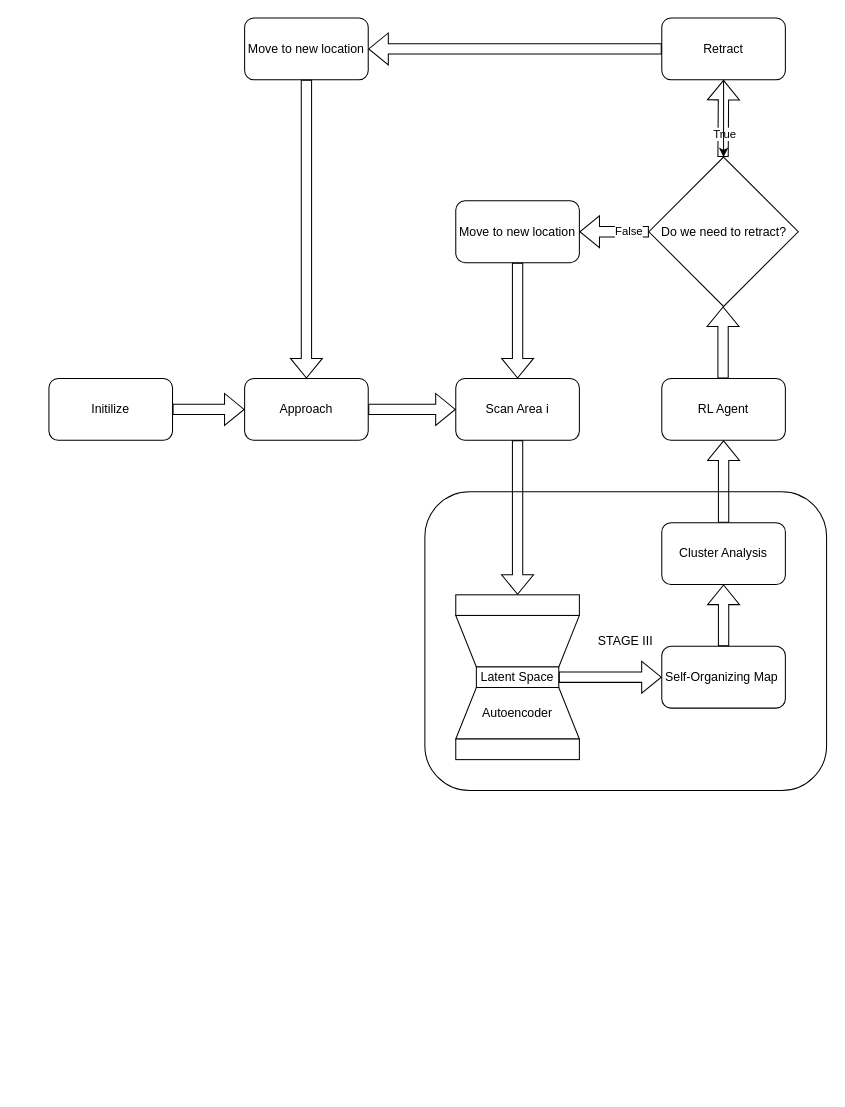
The draw.io diagram Untitled Diagram.drawio in petavazohi/STMAnalyzer, before the edit. Source tidied: cells renumbered, new cells numbered last; positions are measured from the earlier drawing's top-left corner, leaving out a move shared by most shapes. Both pictures are drawn from the tidied source at 103%, with x=0, y=0 at pixel (48, 18).
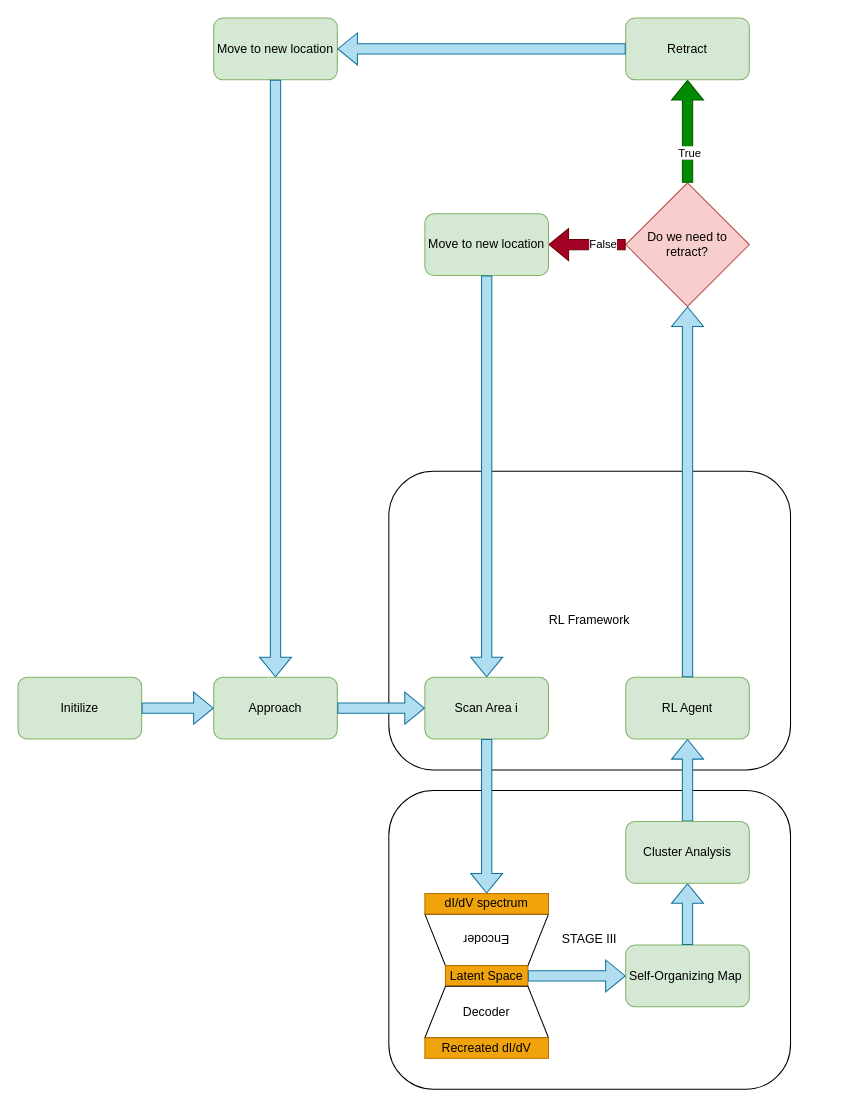
Above is the later version.

Diff of the diagram source:
```diff
@@
+    <mxCell id="33" value="RL Framework" style="rounded=1;whiteSpace=wrap;html=1;" parent="1" vertex="1">
+      <mxGeometry x="330" y="440" width="390" height="290" as="geometry" />
+    </mxCell>
     <mxCell id="2" value="STAGE III" style="rounded=1;whiteSpace=wrap;html=1;" parent="1" vertex="1">
-      <mxGeometry x="365" y="460" width="390" height="290" as="geometry" />
+      <mxGeometry x="330" y="750" width="390" height="290" as="geometry" />
     </mxCell>
-    <mxCell id="3" value="Scan Area i" style="rounded=1;whiteSpace=wrap;html=1;" parent="1" vertex="1">
-      <mxGeometry x="395" y="350" width="120" height="60" as="geometry" />
+    <mxCell id="3" value="Scan Area i" style="rounded=1;whiteSpace=wrap;html=1;fillColor=#d5e8d4;strokeColor=#82b366;" parent="1" vertex="1">
+      <mxGeometry x="365" y="640" width="120" height="60" as="geometry" />
     </mxCell>
-    <mxCell id="4" style="shape=flexArrow;endArrow=classic;html=1;rounded=0;entryX=0.5;entryY=0;entryDx=0;entryDy=0;" parent="1" edge="1" source="3" target="9">
+    <mxCell id="4" style="shape=flexArrow;endArrow=classic;html=1;rounded=0;entryX=0.5;entryY=0;entryDx=0;entryDy=0;fillColor=#b1ddf0;strokeColor=#10739e;" parent="1" edge="1" source="3" target="9">
       <mxGeometry relative="1" as="geometry" />
     </mxCell>
+    <mxCell id="34" style="edgeStyle=orthogonalEdgeStyle;rounded=0;jettySize=auto;html=1;" parent="1" edge="1" source="5" target="16">
+      <mxGeometry relative="1" as="geometry" />
+    </mxCell>
+    <mxCell id="35" style="edgeStyle=orthogonalEdgeStyle;rounded=0;jettySize=auto;html=1;fillColor=#b0e3e6;strokeColor=#0e8088;" parent="1" edge="1" source="5" target="16">
+      <mxGeometry relative="1" as="geometry" />
+    </mxCell>
-    <mxCell id="5" value="Self-Organizing Map&amp;nbsp;" style="rounded=1;whiteSpace=wrap;html=1;" parent="1" vertex="1">
-      <mxGeometry x="595" y="610" width="120" height="60" as="geometry" />
+    <mxCell id="5" value="Self-Organizing Map&amp;nbsp;" style="rounded=1;whiteSpace=wrap;html=1;fillColor=#d5e8d4;strokeColor=#82b366;" parent="1" vertex="1">
+      <mxGeometry x="560" y="900" width="120" height="60" as="geometry" />
     </mxCell>
-    <mxCell id="6" style="shape=trapezoid;perimeter=trapezoidPerimeter;whiteSpace=wrap;html=1;fixedSize=1;rotation=-180;" parent="1" vertex="1">
-      <mxGeometry x="395" y="580" width="120" height="50" as="geometry" />
+    <mxCell id="6" value="Encoder" style="shape=trapezoid;perimeter=trapezoidPerimeter;whiteSpace=wrap;html=1;fixedSize=1;rotation=-180;fillColor=none;" parent="1" vertex="1">
+      <mxGeometry x="365" y="870" width="120" height="50" as="geometry" />
     </mxCell>
-    <mxCell id="7" value="Latent Space" style="rounded=0;whiteSpace=wrap;html=1;" parent="1" vertex="1">
-      <mxGeometry x="415" y="630" width="80" height="20" as="geometry" />
+    <mxCell id="7" value="Latent Space" style="rounded=0;whiteSpace=wrap;html=1;fillColor=#f0a30a;fontColor=#000000;strokeColor=#BD7000;" parent="1" vertex="1">
+      <mxGeometry x="385" y="920" width="80" height="20" as="geometry" />
     </mxCell>
-    <mxCell id="8" value="Autoencoder" style="shape=trapezoid;perimeter=trapezoidPerimeter;whiteSpace=wrap;html=1;fixedSize=1;rotation=0;" parent="1" vertex="1">
-      <mxGeometry x="395" y="650" width="120" height="50" as="geometry" />
+    <mxCell id="8" value="Decoder" style="shape=trapezoid;perimeter=trapezoidPerimeter;whiteSpace=wrap;html=1;fixedSize=1;rotation=0;" parent="1" vertex="1">
+      <mxGeometry x="365" y="940" width="120" height="50" as="geometry" />
     </mxCell>
-    <mxCell id="9" style="rounded=0;whiteSpace=wrap;html=1;" parent="1" vertex="1">
-      <mxGeometry x="395" y="560" width="120" height="20" as="geometry" />
+    <mxCell id="9" value="dI/dV spectrum" style="rounded=0;whiteSpace=wrap;html=1;fillColor=#f0a30a;fontColor=#000000;strokeColor=#BD7000;" parent="1" vertex="1">
+      <mxGeometry x="365" y="850" width="120" height="20" as="geometry" />
     </mxCell>
-    <mxCell id="10" style="rounded=0;whiteSpace=wrap;html=1;" parent="1" vertex="1">
-      <mxGeometry x="395" y="700" width="120" height="20" as="geometry" />
+    <mxCell id="10" value="Recreated dI/dV" style="rounded=0;whiteSpace=wrap;html=1;fillColor=#f0a30a;fontColor=#000000;strokeColor=#BD7000;" parent="1" vertex="1">
+      <mxGeometry x="365" y="990" width="120" height="20" as="geometry" />
     </mxCell>
-    <mxCell id="11" style="shape=flexArrow;endArrow=classic;html=1;rounded=0;entryX=0;entryY=0.5;entryDx=0;entryDy=0;exitX=1;exitY=0.5;exitDx=0;exitDy=0;" parent="1" edge="1" source="7" target="5">
+    <mxCell id="11" style="shape=flexArrow;endArrow=classic;html=1;rounded=0;entryX=0;entryY=0.5;entryDx=0;entryDy=0;exitX=1;exitY=0.5;exitDx=0;exitDy=0;fillColor=#b1ddf0;strokeColor=#10739e;" parent="1" edge="1" source="7" target="5">
       <mxGeometry relative="1" as="geometry" />
     </mxCell>
-    <mxCell id="12" style="shape=flexArrow;endArrow=classic;html=1;rounded=0;exitX=0.5;exitY=0;exitDx=0;exitDy=0;entryX=0.5;entryY=1;entryDx=0;entryDy=0;" parent="1" edge="1" source="16" target="13">
+    <mxCell id="12" style="shape=flexArrow;endArrow=classic;html=1;rounded=0;exitX=0.5;exitY=0;exitDx=0;exitDy=0;entryX=0.5;entryY=1;entryDx=0;entryDy=0;fillColor=#b1ddf0;strokeColor=#10739e;" parent="1" edge="1" source="16" target="13">
       <mxGeometry relative="1" as="geometry" />
     </mxCell>
-    <mxCell id="13" value="RL Agent" style="rounded=1;whiteSpace=wrap;html=1;" parent="1" vertex="1">
-      <mxGeometry x="595" y="350" width="120" height="60" as="geometry" />
+    <mxCell id="13" value="RL Agent" style="rounded=1;whiteSpace=wrap;html=1;fillColor=#d5e8d4;strokeColor=#82b366;" parent="1" vertex="1">
+      <mxGeometry x="560" y="640" width="120" height="60" as="geometry" />
     </mxCell>
-    <mxCell id="14" style="shape=flexArrow;endArrow=classic;html=1;rounded=0;exitX=0.442;exitY=0;exitDx=0;exitDy=0;exitPerimeter=0;" parent="1" edge="1">
-      <mxGeometry relative="1" as="geometry">
-        <mxPoint x="654.5" y="350" as="sourcePoint" />
-        <mxPoint x="654.5" y="280" as="targetPoint" />
-      </mxGeometry>
+    <mxCell id="14" style="shape=flexArrow;endArrow=classic;html=1;rounded=0;exitX=0.5;exitY=0;exitDx=0;exitDy=0;fillColor=#b1ddf0;strokeColor=#10739e;entryX=0.5;entryY=1;entryDx=0;entryDy=0;" parent="1" edge="1" source="13" target="21">
+      <mxGeometry relative="1" as="geometry" />
     </mxCell>
-    <mxCell id="15" style="shape=flexArrow;endArrow=classic;html=1;rounded=0;entryX=0.5;entryY=1;entryDx=0;entryDy=0;" parent="1" edge="1" target="16">
+    <mxCell id="15" style="shape=flexArrow;endArrow=classic;html=1;rounded=0;entryX=0.5;entryY=1;entryDx=0;entryDy=0;fillColor=#b1ddf0;strokeColor=#10739e;" parent="1" edge="1" target="16">
       <mxGeometry relative="1" as="geometry">
-        <mxPoint x="655" y="610" as="sourcePoint" />
+        <mxPoint x="620" y="900" as="sourcePoint" />
       </mxGeometry>
     </mxCell>
-    <mxCell id="16" value="Cluster Analysis" style="rounded=1;whiteSpace=wrap;html=1;" parent="1" vertex="1">
-      <mxGeometry x="595" y="490" width="120" height="60" as="geometry" />
+    <mxCell id="16" value="Cluster Analysis" style="rounded=1;whiteSpace=wrap;html=1;fillColor=#d5e8d4;strokeColor=#82b366;" parent="1" vertex="1">
+      <mxGeometry x="560" y="780" width="120" height="60" as="geometry" />
     </mxCell>
-    <mxCell id="17" value="Initilize" style="rounded=1;whiteSpace=wrap;html=1;" parent="1" vertex="1">
-      <mxGeometry y="350" width="120" height="60" as="geometry" />
+    <mxCell id="17" value="Initilize" style="rounded=1;whiteSpace=wrap;html=1;fillColor=#d5e8d4;strokeColor=#82b366;" parent="1" vertex="1">
+      <mxGeometry x="-30" y="640" width="120" height="60" as="geometry" />
     </mxCell>
-    <mxCell id="18" value="Approach" style="rounded=1;whiteSpace=wrap;html=1;" parent="1" vertex="1">
-      <mxGeometry x="190" y="350" width="120" height="60" as="geometry" />
+    <mxCell id="18" value="Approach" style="rounded=1;whiteSpace=wrap;html=1;fillColor=#d5e8d4;strokeColor=#82b366;" parent="1" vertex="1">
+      <mxGeometry x="160" y="640" width="120" height="60" as="geometry" />
     </mxCell>
-    <mxCell id="19" style="shape=flexArrow;endArrow=classic;html=1;rounded=0;exitX=1;exitY=0.5;exitDx=0;exitDy=0;entryX=0;entryY=0.5;entryDx=0;entryDy=0;" parent="1" edge="1" source="17" target="18">
+    <mxCell id="19" style="shape=flexArrow;endArrow=classic;html=1;rounded=0;exitX=1;exitY=0.5;exitDx=0;exitDy=0;entryX=0;entryY=0.5;entryDx=0;entryDy=0;fillColor=#b1ddf0;strokeColor=#10739e;" parent="1" edge="1" source="17" target="18">
       <mxGeometry relative="1" as="geometry" />
     </mxCell>
-    <mxCell id="20" style="shape=flexArrow;endArrow=classic;html=1;rounded=0;entryX=0;entryY=0.5;entryDx=0;entryDy=0;" parent="1" edge="1" source="18" target="3">
+    <mxCell id="20" style="shape=flexArrow;endArrow=classic;html=1;rounded=0;entryX=0;entryY=0.5;entryDx=0;entryDy=0;fillColor=#b1ddf0;strokeColor=#10739e;" parent="1" edge="1" source="18" target="3">
       <mxGeometry relative="1" as="geometry" />
     </mxCell>
-    <mxCell id="21" value="Do we need to retract?" style="rhombus;whiteSpace=wrap;html=1;" parent="1" vertex="1">
-      <mxGeometry x="582.5" y="135" width="145" height="145" as="geometry" />
+    <mxCell id="21" value="Do we need to retract?" style="rhombus;whiteSpace=wrap;html=1;fillColor=#f8cecc;strokeColor=#b85450;" parent="1" vertex="1">
+      <mxGeometry x="560" y="160" width="120" height="120" as="geometry" />
     </mxCell>
-    <mxCell id="22" style="shape=flexArrow;endArrow=classic;html=1;rounded=0;exitX=0.442;exitY=0;exitDx=0;exitDy=0;exitPerimeter=0;entryX=0.5;entryY=1;entryDx=0;entryDy=0;" parent="1" edge="1" target="28">
-      <mxGeometry relative="1" as="geometry">
-        <mxPoint x="654.5" y="135" as="sourcePoint" />
-      </mxGeometry>
+    <mxCell id="22" style="shape=flexArrow;endArrow=classic;html=1;rounded=0;exitX=0.5;exitY=0;exitDx=0;exitDy=0;entryX=0.5;entryY=1;entryDx=0;entryDy=0;fillColor=#008a00;strokeColor=#005700;" parent="1" edge="1" source="21" target="28">
+      <mxGeometry relative="1" as="geometry" />
     </mxCell>
@@
-    <mxCell id="24" style="shape=flexArrow;endArrow=classic;html=1;rounded=0;exitX=0;exitY=0.5;exitDx=0;exitDy=0;entryX=1;entryY=0.5;entryDx=0;entryDy=0;" parent="1" edge="1" source="21" target="31">
+    <mxCell id="24" style="shape=flexArrow;endArrow=classic;html=1;rounded=0;exitX=0;exitY=0.5;exitDx=0;exitDy=0;entryX=1;entryY=0.5;entryDx=0;entryDy=0;fillColor=#a20025;strokeColor=#6F0000;" parent="1" edge="1" source="21" target="31">
       <mxGeometry relative="1" as="geometry" />
     </mxCell>
@@
-    <mxCell id="26" value="Move to new location" style="rounded=1;whiteSpace=wrap;html=1;" parent="1" vertex="1">
-      <mxGeometry x="190" width="120" height="60" as="geometry" />
+    <mxCell id="26" value="Move to new location" style="rounded=1;whiteSpace=wrap;html=1;fillColor=#d5e8d4;strokeColor=#82b366;" parent="1" vertex="1">
+      <mxGeometry x="160" width="120" height="60" as="geometry" />
     </mxCell>
-    <mxCell id="27" style="edgeStyle=orthogonalEdgeStyle;rounded=0;jettySize=auto;html=1;" parent="1" edge="1" source="28" target="21">
-      <mxGeometry relative="1" as="geometry" />
-    </mxCell>
-    <mxCell id="28" value="Retract" style="rounded=1;whiteSpace=wrap;html=1;" parent="1" vertex="1">
-      <mxGeometry x="595" width="120" height="60" as="geometry" />
+    <mxCell id="28" value="Retract" style="rounded=1;whiteSpace=wrap;html=1;fillColor=#d5e8d4;strokeColor=#82b366;" parent="1" vertex="1">
+      <mxGeometry x="560" width="120" height="60" as="geometry" />
     </mxCell>
-    <mxCell id="29" style="shape=flexArrow;endArrow=classic;html=1;rounded=0;entryX=1;entryY=0.5;entryDx=0;entryDy=0;exitX=0;exitY=0.5;exitDx=0;exitDy=0;" parent="1" edge="1" source="28" target="26">
+    <mxCell id="29" style="shape=flexArrow;endArrow=classic;html=1;rounded=0;entryX=1;entryY=0.5;entryDx=0;entryDy=0;exitX=0;exitY=0.5;exitDx=0;exitDy=0;fillColor=#b1ddf0;strokeColor=#10739e;" parent="1" edge="1" source="28" target="26">
       <mxGeometry relative="1" as="geometry" />
     </mxCell>
-    <mxCell id="30" style="shape=flexArrow;endArrow=classic;html=1;rounded=0;exitX=0.5;exitY=1;exitDx=0;exitDy=0;" parent="1" edge="1" source="26" target="18">
+    <mxCell id="30" style="shape=flexArrow;endArrow=classic;html=1;rounded=0;exitX=0.5;exitY=1;exitDx=0;exitDy=0;fillColor=#b1ddf0;strokeColor=#10739e;" parent="1" edge="1" source="26" target="18">
       <mxGeometry relative="1" as="geometry" />
     </mxCell>
-    <mxCell id="31" value="Move to new location" style="rounded=1;whiteSpace=wrap;html=1;" parent="1" vertex="1">
-      <mxGeometry x="395" y="177.5" width="120" height="60" as="geometry" />
+    <mxCell id="31" value="Move to new location" style="rounded=1;whiteSpace=wrap;html=1;fillColor=#d5e8d4;strokeColor=#82b366;" parent="1" vertex="1">
+      <mxGeometry x="365" y="190" width="120" height="60" as="geometry" />
     </mxCell>
-    <mxCell id="32" style="shape=flexArrow;endArrow=classic;html=1;rounded=0;exitX=0.5;exitY=1;exitDx=0;exitDy=0;" parent="1" edge="1" source="31" target="3">
+    <mxCell id="32" style="shape=flexArrow;endArrow=classic;html=1;rounded=0;exitX=0.5;exitY=1;exitDx=0;exitDy=0;fillColor=#b1ddf0;strokeColor=#10739e;" parent="1" edge="1" source="31" target="3">
       <mxGeometry relative="1" as="geometry" />
     </mxCell>
```
